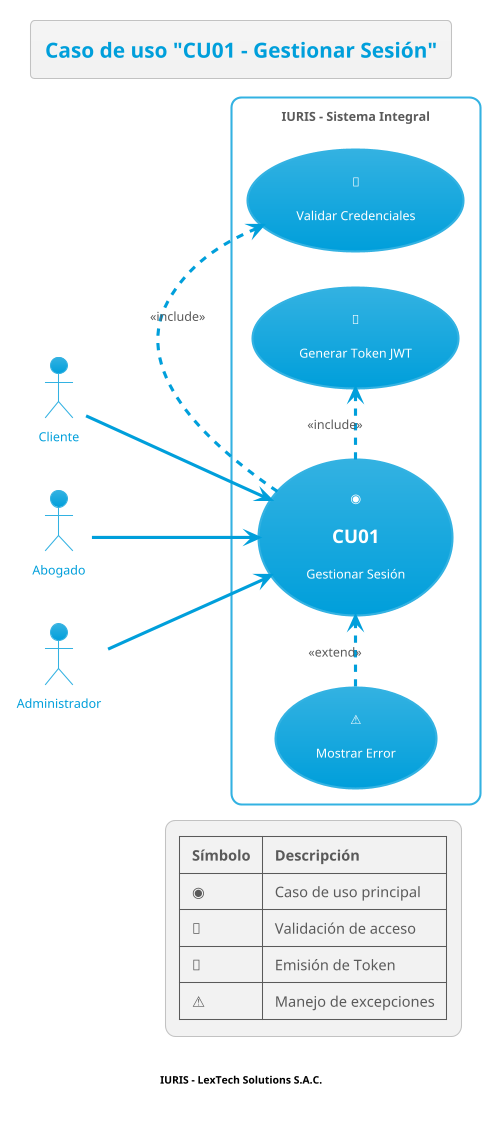
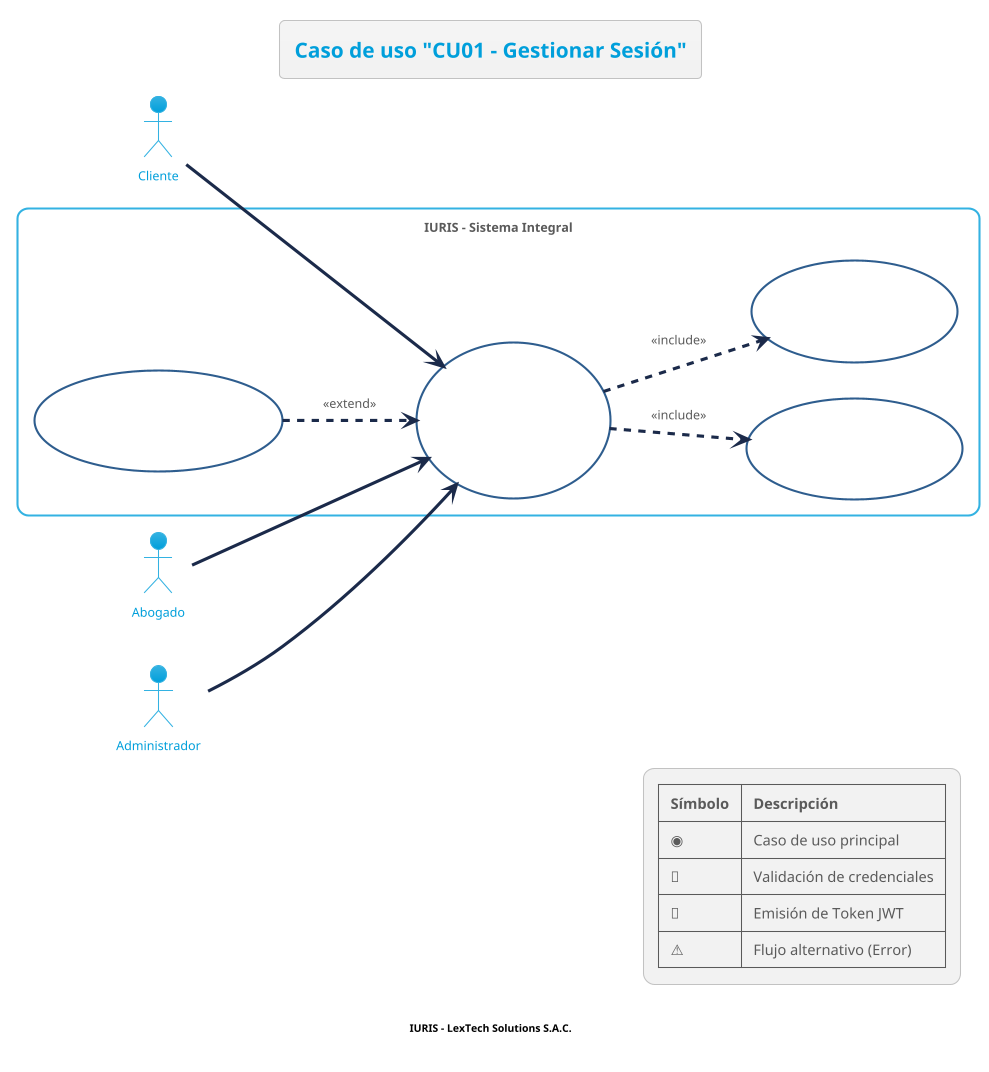
@startuml
left to right direction
!theme bluegray

skinparam footerFontColor black
+ skinparam usecase {
+     BackgroundColor White
+     BorderColor #2E5D8E
+     ArrowColor #1B2A4A
+ }
+ 
title <size:20><b>Caso de uso "CU01 - Gestionar Sesión"</b></size>

- ' =====================================================
' ACTORES
- ' =====================================================
actor "Cliente" as cliente
actor "Abogado" as abogado
actor "Administrador" as admin

- ' =====================================================
' SISTEMA
- ' =====================================================
- rectangle "IURIS - Sistema Integral"{
+ rectangle "IURIS - Sistema Integral" {
    usecase "◉\n<size:18><b>CU01</b></size>\nGestionar Sesión" as UC_Sesion
    usecase "🔑\nValidar Credenciales" as UC_Validar
    usecase "🔐\nGenerar Token JWT" as UC_JWT
-     usecase "⚠\nMostrar Error" as UC_Error
+     usecase "⚠\nMostrar Error de Acceso" as UC_Error
}

- ' =====================================================
' RELACIONES
- ' =====================================================
cliente --> UC_Sesion
abogado --> UC_Sesion
admin --> UC_Sesion

- UC_Sesion .> UC_Validar : <<include>>
- UC_Sesion .> UC_JWT : <<include>>
- UC_Error .> UC_Sesion : <<extend>>
+ UC_Sesion ..> UC_Validar : <<include>>
+ UC_Sesion ..> UC_JWT : <<include>>
+ UC_Error ..> UC_Sesion : <<extend>>

legend right
|= <b>Símbolo</b> |= <b>Descripción</b> |
| ◉ | Caso de uso principal |
- | 🔑 | Validación de acceso |
- | 🔐 | Emisión de Token |
- | ⚠ | Manejo de excepciones |
+ | 🔑 | Validación de credenciales |
+ | 🔐 | Emisión de Token JWT |
+ | ⚠ | Flujo alternativo (Error) |
endlegend

footer
<b>IURIS - LexTech Solutions S.A.C.</b>
endfooter
@enduml